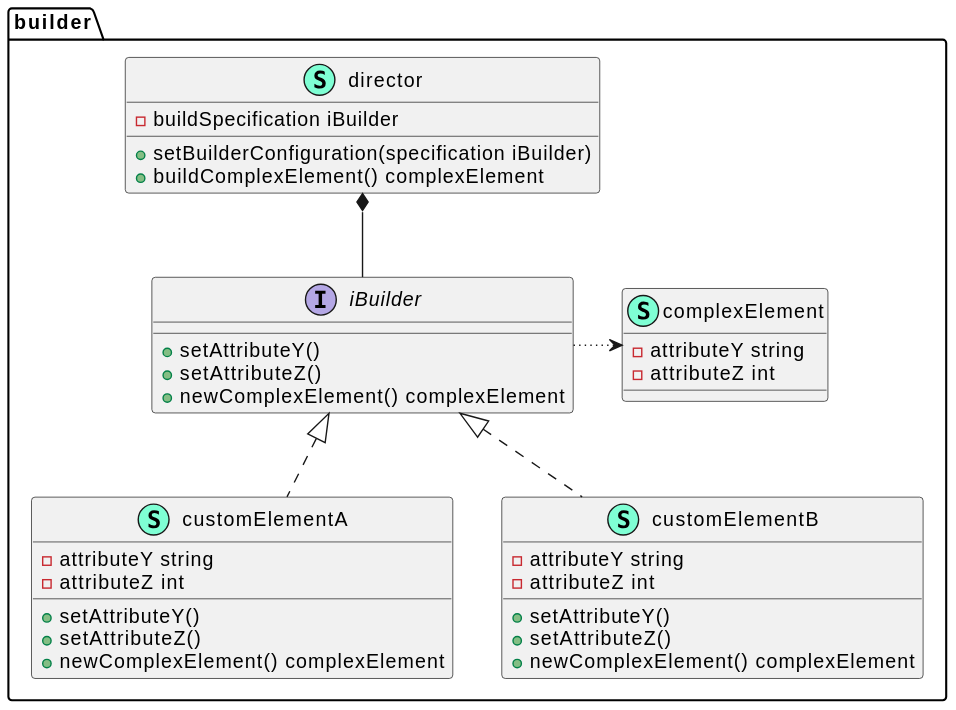
Before: go-dsgn-pttrn-builder.svg, a diagram exported from PlantUML (cloudemprise/go-dsgn-pttrn-builder).
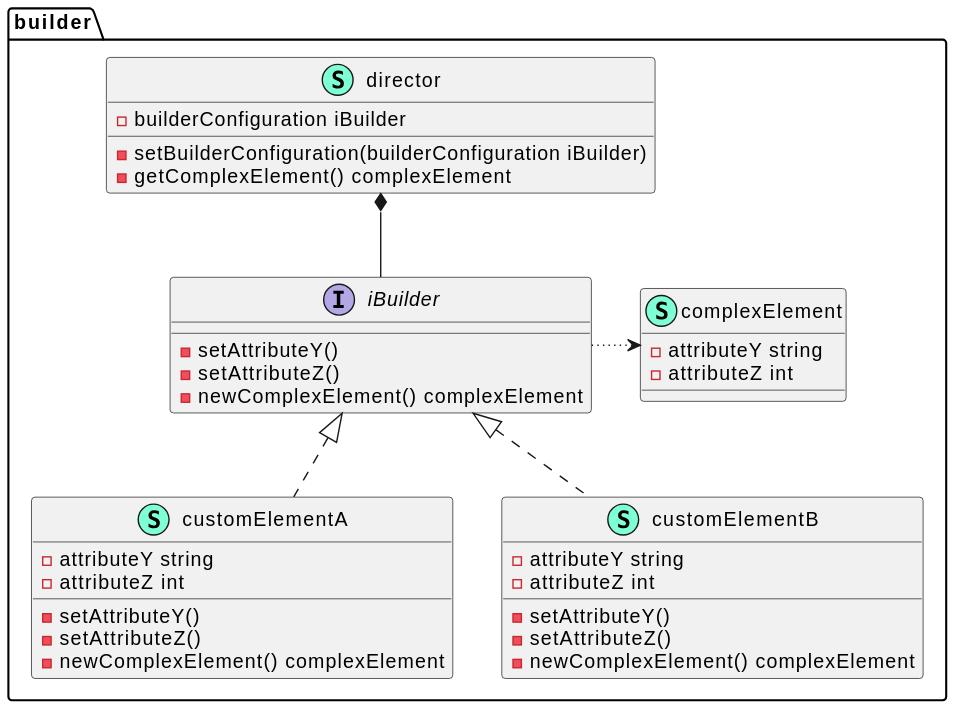
The same file after the commit.

Diff of the diagram source:
```diff
@@ -1,35 +1,36 @@
 @startuml builder
 
 namespace builder {
-     class customElementA << (S,Aquamarine) >> {
+    class customElementA << (S,Aquamarine) >> {
         - attributeY string
         - attributeZ int
 
-        + setAttributeY()
-        + setAttributeZ()
-        + newComplexElement() complexElement
+        - setAttributeY()
+        - setAttributeZ()
+        - newComplexElement() complexElement
 
     }
     class customElementB << (S,Aquamarine) >> {
         - attributeY string
         - attributeZ int
 
-        + setAttributeY()
-        + setAttributeZ()
-        + newComplexElement() complexElement
+        - setAttributeY()
+        - setAttributeZ()
+        - newComplexElement() complexElement
 
     }
     class director << (S,Aquamarine) >> {
-        - buildSpecification iBuilder
+        - builderConfiguration iBuilder
 
-        + setBuilderConfiguration(specification iBuilder)
-        + buildComplexElement() complexElement
+        - setBuilderConfiguration(builderConfiguration iBuilder)
+        - getComplexElement() complexElement
 
     }
     interface iBuilder  {
-        + setAttributeY()
-        + setAttributeZ()
-        + newComplexElement() complexElement
+        - setAttributeY()
+        - setAttributeZ()
+        - newComplexElement() complexElement
+
     }
     class complexElement << (S,Aquamarine) >> {
         - attributeY string
```
